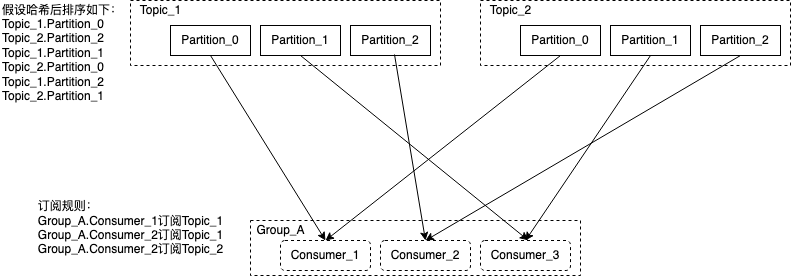
wu0hgl/note_pic keeps this draw.io diagram as kafka Round Robin分配策略.png. Above is the earlier version. Source tidied: cells renumbered, new cells last; positions are measured from the earlier drawing's top-left corner, leaving out a move shared by most shapes.
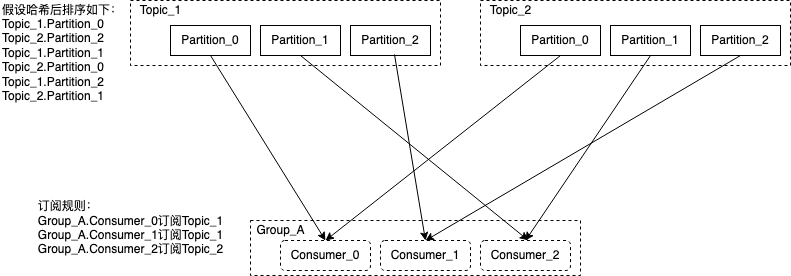
Later version of the same file.

Commit message:
更新kafka Round Robin分配策略.png

Change to the diagram source:
```diff
@@ -20,13 +20,13 @@
     <mxCell id="7" value="Topic_1" style="text;html=1;align=center;verticalAlign=middle;fillColor=none;strokeColor=none;rounded=0;" parent="1" vertex="1">
       <mxGeometry x="130" width="60" height="20" as="geometry" />
     </mxCell>
-    <mxCell id="8" value="Consumer_3" style="rounded=1;whiteSpace=wrap;html=1;dashed=1;strokeColor=#000000;" parent="1" vertex="1">
+    <mxCell id="8" value="Consumer_2" style="rounded=1;whiteSpace=wrap;html=1;dashed=1;strokeColor=#000000;" parent="1" vertex="1">
       <mxGeometry x="480" y="240" width="90" height="30" as="geometry" />
     </mxCell>
-    <mxCell id="9" value="Consumer_1" style="rounded=1;whiteSpace=wrap;html=1;dashed=1;strokeColor=#000000;" parent="1" vertex="1">
+    <mxCell id="9" value="Consumer_0" style="rounded=1;whiteSpace=wrap;html=1;dashed=1;strokeColor=#000000;" parent="1" vertex="1">
       <mxGeometry x="280" y="240" width="90" height="30" as="geometry" />
     </mxCell>
-    <mxCell id="10" value="Consumer_2" style="rounded=1;whiteSpace=wrap;html=1;dashed=1;strokeColor=#000000;" parent="1" vertex="1">
+    <mxCell id="10" value="Consumer_1" style="rounded=1;whiteSpace=wrap;html=1;dashed=1;strokeColor=#000000;" parent="1" vertex="1">
       <mxGeometry x="380" y="240" width="90" height="30" as="geometry" />
     </mxCell>
     <mxCell id="11" value="&lt;div&gt;Group_A&lt;/div&gt;" style="text;html=1;align=center;verticalAlign=middle;fillColor=none;strokeColor=none;rounded=0;" parent="1" vertex="1">
@@ -47,7 +47,7 @@
     <mxCell id="16" value="Topic_2" style="text;html=1;align=center;verticalAlign=middle;fillColor=none;strokeColor=none;rounded=0;" parent="1" vertex="1">
       <mxGeometry x="480" width="60" height="20" as="geometry" />
     </mxCell>
-    <mxCell id="17" value="&lt;div align=&quot;left&quot;&gt;订阅规则：&lt;/div&gt;&lt;div&gt;Group_A.Consumer_1订阅Topic_1&lt;/div&gt;&lt;div&gt;Group_A.Consumer_2订阅Topic_1&lt;/div&gt;&lt;div&gt;Group_A.Consumer_2订阅Topic_2&lt;/div&gt;&lt;div&gt;&lt;br&gt;&lt;/div&gt;" style="text;html=1;align=center;verticalAlign=middle;fillColor=none;strokeColor=none;rounded=0;dashed=1;" parent="1" vertex="1">
+    <mxCell id="17" value="&lt;div align=&quot;left&quot;&gt;订阅规则：&lt;/div&gt;&lt;div&gt;Group_A.Consumer_0订阅Topic_1&lt;/div&gt;&lt;div&gt;Group_A.Consumer_1订阅Topic_1&lt;/div&gt;&lt;div&gt;Group_A.Consumer_2订阅Topic_2&lt;/div&gt;&lt;div&gt;&lt;br&gt;&lt;/div&gt;" style="text;html=1;align=center;verticalAlign=middle;fillColor=none;strokeColor=none;rounded=0;dashed=1;" parent="1" vertex="1">
       <mxGeometry x="30" y="195" width="200" height="80" as="geometry" />
     </mxCell>
     <mxCell id="18" value="&lt;div align=&quot;left&quot;&gt;假设哈希后排序如下：&lt;br&gt;&lt;/div&gt;&lt;div align=&quot;left&quot;&gt;Topic_1.Partition_0&lt;/div&gt;&lt;div align=&quot;left&quot;&gt;Topic_2.Partition_2&lt;/div&gt;&lt;div align=&quot;left&quot;&gt;Topic_1.Partition_1&lt;/div&gt;&lt;div align=&quot;left&quot;&gt;Topic_2.Partition_0&lt;/div&gt;&lt;div align=&quot;left&quot;&gt;Topic_1.Partition_2&lt;/div&gt;&lt;div align=&quot;left&quot;&gt;Topic_2.Partition_1&lt;/div&gt;&lt;div align=&quot;left&quot;&gt;&lt;br&gt;&lt;/div&gt;" style="text;html=1;align=left;verticalAlign=middle;fillColor=none;strokeColor=none;rounded=0;dashed=1;" parent="1" vertex="1">
```
